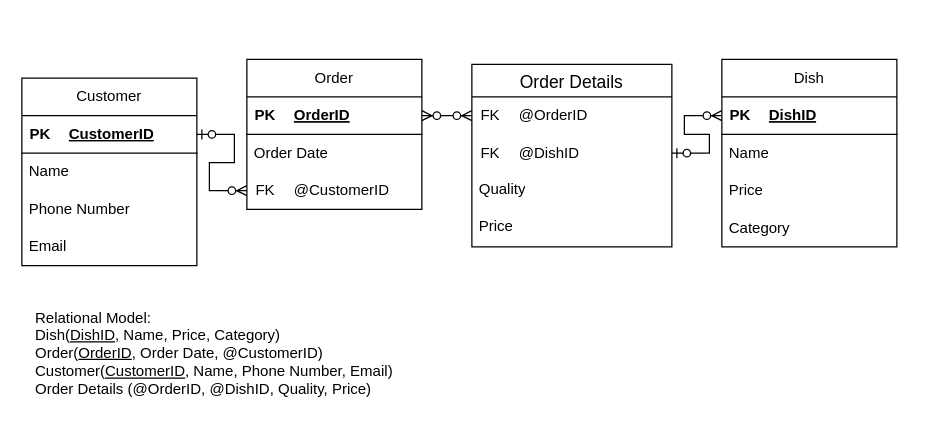
juliaxiahaha/Introduction-to-Databases keeps this draw.io diagram as page "Page-1" (1 of 4) of 未命名绘图.drawio. Above is the earlier version. Source tidied: cells renumbered, new cells numbered last; positions are measured from the earlier drawing's top-left corner, leaving out a move shared by most shapes. Both pictures are drawn from the tidied source at 125%, with x=0, y=0 at pixel (21, 59).
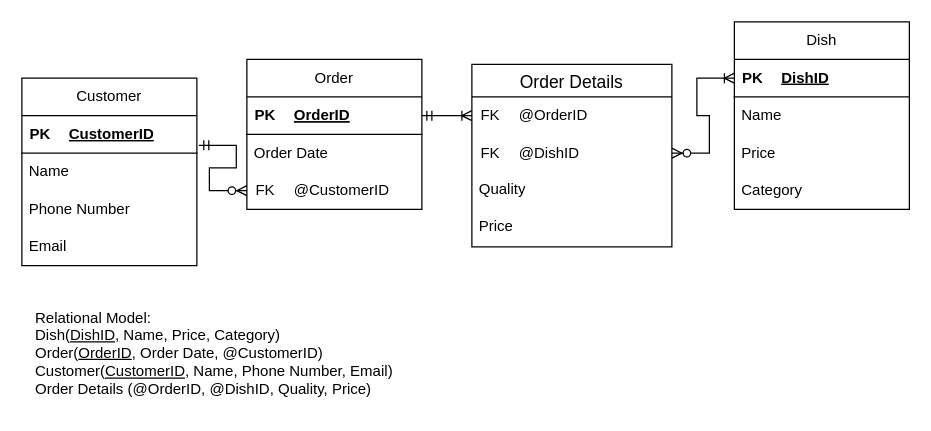
Above is the later version.

The change refers to these unchanged cells:
```xml
<mxCell id="4" style="shape=tableRow;horizontal=0;startSize=0;swimlaneHead=0;swimlaneBody=0;fillColor=none;points=[[0,0.5],[1,0.5]];portConstraint=eastwest;top=0;left=0;right=0;bottom=1;" parent="3" vertex="1">
  <mxGeometry width="140" height="30" as="geometry" />
</mxCell>
<mxCell id="12" style="shape=tableRow;horizontal=0;startSize=0;swimlaneHead=0;swimlaneBody=0;fillColor=none;points=[[0,0.5],[1,0.5]];portConstraint=eastwest;top=0;left=0;right=0;bottom=1;" parent="11" vertex="1">
  <mxGeometry width="140" height="30" as="geometry" />
</mxCell>
<mxCell id="20" style="shape=tableRow;horizontal=0;startSize=0;swimlaneHead=0;swimlaneBody=0;fillColor=none;points=[[0,0.5],[1,0.5]];portConstraint=eastwest;top=0;left=0;right=0;bottom=1;" parent="19" vertex="1">
  <mxGeometry width="140" height="30" as="geometry" />
</mxCell>
<mxCell id="25" style="shape=tableRow;horizontal=0;startSize=0;swimlaneHead=0;swimlaneBody=0;fillColor=none;points=[[0,0.5],[1,0.5]];portConstraint=eastwest;top=0;left=0;right=0;bottom=0;" parent="24" vertex="1">
  <mxGeometry width="140" height="30" as="geometry" />
</mxCell>
<mxCell id="30" style="shape=tableRow;horizontal=0;startSize=0;swimlaneHead=0;swimlaneBody=0;fillColor=none;points=[[0,0.5],[1,0.5]];portConstraint=eastwest;top=0;left=0;right=0;bottom=0;" parent="29" vertex="1">
  <mxGeometry width="160" height="30" as="geometry" />
</mxCell>
<mxCell id="33" style="shape=tableRow;horizontal=0;startSize=0;swimlaneHead=0;swimlaneBody=0;fillColor=none;points=[[0,0.5],[1,0.5]];portConstraint=eastwest;top=0;left=0;right=0;bottom=0;" parent="29" vertex="1">
  <mxGeometry y="30" width="160" height="30" as="geometry" />
</mxCell>
```

What changed in the source:
```diff
@@
     <mxCell id="2" value="Dish" style="swimlane;fontStyle=0;horizontal=1;startSize=30;whiteSpace=wrap;html=1;" parent="1" vertex="1">
-      <mxGeometry x="560" width="140" height="150" as="geometry" />
+      <mxGeometry x="570" y="-30" width="140" height="150" as="geometry" />
     </mxCell>
@@
-    <mxCell id="39" style="edgeStyle=entityRelationEdgeStyle;fontSize=12;html=1;endArrow=ERzeroToMany;startArrow=ERzeroToOne;rounded=0;exitX=1;exitY=0.5;exitDx=0;exitDy=0;" parent="1" edge="1" source="12" target="25">
+    <mxCell id="39" style="edgeStyle=entityRelationEdgeStyle;fontSize=12;html=1;endArrow=ERzeroToMany;startArrow=ERmandOne;rounded=0;exitX=1.011;exitY=0.79;exitDx=0;exitDy=0;exitPerimeter=0;entryX=0;entryY=0.5;entryDx=0;entryDy=0;" parent="1" edge="1" source="12" target="25">
       <mxGeometry relative="1" as="geometry" />
     </mxCell>
-    <mxCell id="40" style="edgeStyle=entityRelationEdgeStyle;fontSize=12;html=1;endArrow=ERzeroToMany;endFill=1;startArrow=ERzeroToMany;rounded=0;" parent="1" edge="1" source="20" target="30">
+    <mxCell id="40" style="edgeStyle=entityRelationEdgeStyle;fontSize=12;html=1;endArrow=ERoneToMany;startArrow=ERmandOne;rounded=0;exitX=1;exitY=0.5;exitDx=0;exitDy=0;entryX=0;entryY=0.5;entryDx=0;entryDy=0;" parent="1" edge="1" source="20" target="30">
       <mxGeometry relative="1" as="geometry">
         <Array as="points">
-          <mxPoint x="451" y="522" />
-          <mxPoint x="471" y="462" />
+          <mxPoint x="360" y="45" />
         </Array>
       </mxGeometry>
     </mxCell>
-    <mxCell id="41" style="edgeStyle=entityRelationEdgeStyle;fontSize=12;html=1;endArrow=ERzeroToMany;startArrow=ERzeroToOne;rounded=0;exitX=1;exitY=0.5;exitDx=0;exitDy=0;entryX=0;entryY=0.5;entryDx=0;entryDy=0;" parent="1" edge="1" source="33" target="4">
+    <mxCell id="41" style="edgeStyle=entityRelationEdgeStyle;fontSize=12;html=1;endArrow=ERoneToMany;startArrow=ERzeroToMany;rounded=0;exitX=1;exitY=0.5;exitDx=0;exitDy=0;entryX=0;entryY=0.5;entryDx=0;entryDy=0;" parent="1" edge="1" source="33" target="4">
       <mxGeometry relative="1" as="geometry" />
     </mxCell>
```
